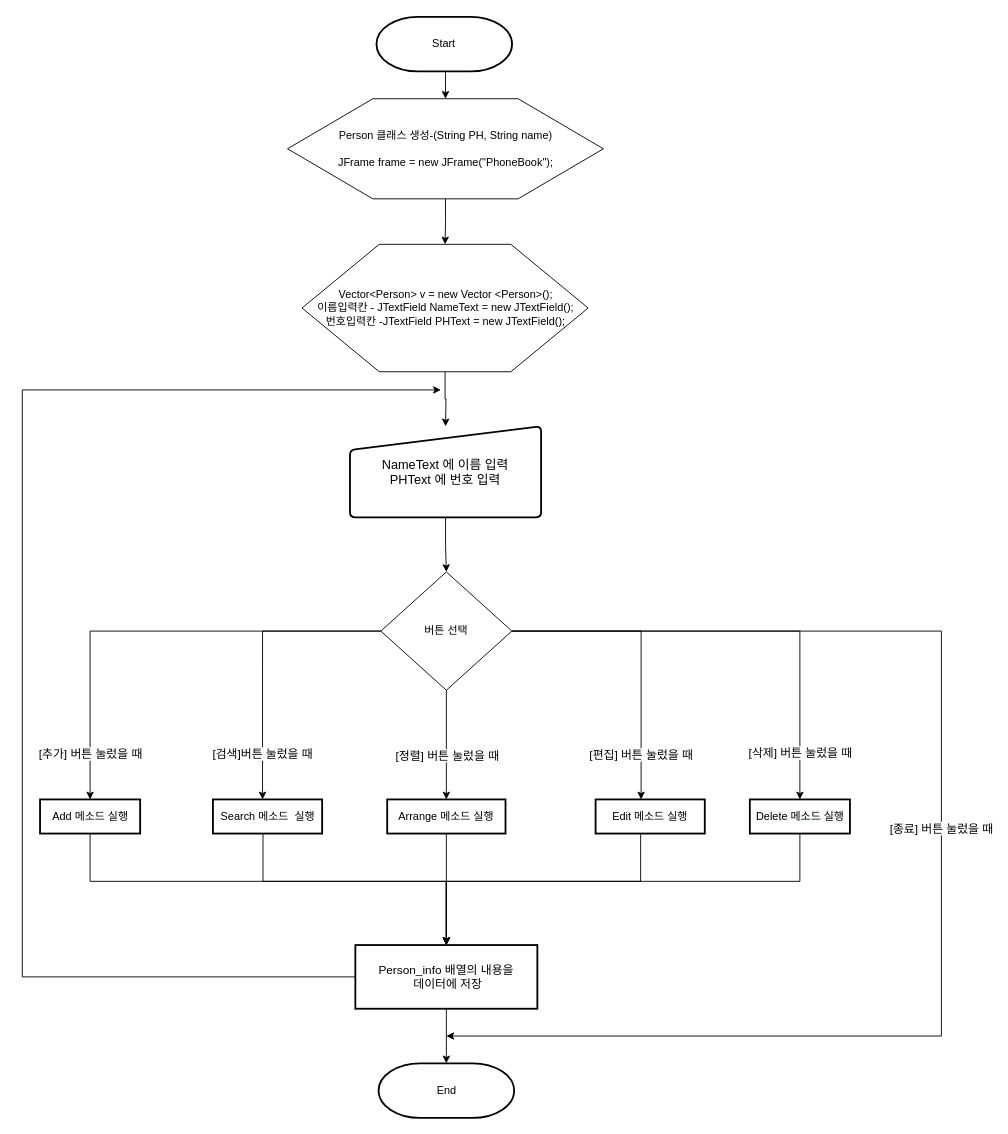
This is 순서도/전화번호관리부 main 함수 순서도_Java.drawio from skatld123/PH_list_java, a draw.io file, before an edit. Source tidied: cells renumbered, new cells numbered last; positions are measured from the earlier drawing's top-left corner, leaving out a move shared by most shapes. Both pictures are drawn from the tidied source at 91%, with x=0, y=0 at pixel (22, 16).
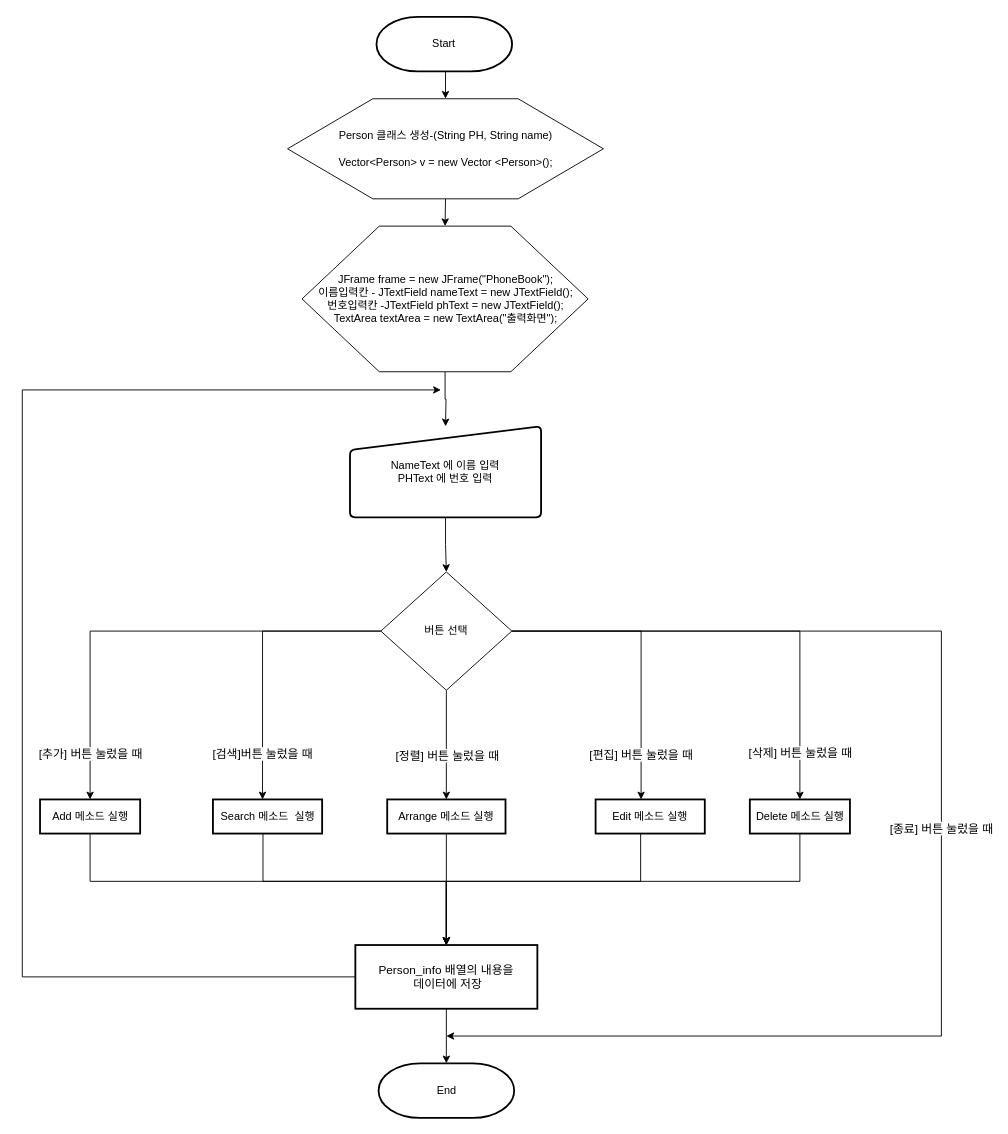
The same diagram, later.

Commit message:
전화번호관리부 main 함수 순서도_Java.drawio 업데이트

The edit, as a diff of the source:
```diff
@@
-    <mxCell id="6" value="Person 클래스 생성-(String PH, String name)&lt;br&gt;&lt;br&gt;JFrame frame = new JFrame(&quot;PhoneBook&quot;);" style="verticalLabelPosition=middle;verticalAlign=middle;html=1;shape=hexagon;perimeter=hexagonPerimeter2;arcSize=6;size=0.27;labelPosition=center;align=center;" parent="1" vertex="1">
+    <mxCell id="6" value="Person 클래스 생성-(String PH, String name)&lt;br&gt;&lt;br&gt;Vector&amp;lt;Person&amp;gt; v = new Vector &amp;lt;Person&amp;gt;();" style="verticalLabelPosition=middle;verticalAlign=middle;html=1;shape=hexagon;perimeter=hexagonPerimeter2;arcSize=6;size=0.27;labelPosition=center;align=center;" parent="1" vertex="1">
       <mxGeometry x="291.5" y="90" width="347.1" height="110" as="geometry" />
     </mxCell>
@@
-    <mxCell id="33" value="&lt;span style=&quot;font-size: 14px&quot;&gt;NameText 에 이름 입력&lt;br&gt;PHText 에 번호 입력&lt;br&gt;&lt;/span&gt;" style="html=1;strokeWidth=2;shape=manualInput;whiteSpace=wrap;rounded=1;size=26;arcSize=11;" parent="1" vertex="1">
+    <mxCell id="33" value="&lt;span style=&quot;font-size: 12px;&quot;&gt;NameText 에 이름 입력&lt;br style=&quot;font-size: 12px;&quot;&gt;PHText 에 번호 입력&lt;br style=&quot;font-size: 12px;&quot;&gt;&lt;/span&gt;" style="html=1;strokeWidth=2;shape=manualInput;whiteSpace=wrap;rounded=1;size=26;arcSize=11;fontSize=12;" parent="1" vertex="1">
       <mxGeometry x="360.1" y="450" width="210" height="100" as="geometry" />
     </mxCell>
-    <mxCell id="34" value="Vector&amp;lt;Person&amp;gt; v = new Vector &amp;lt;Person&amp;gt;();&lt;br&gt;이름입력칸 - JTextField NameText = new JTextField();&lt;br&gt;번호입력칸 -JTextField PHText = new JTextField();" style="verticalLabelPosition=middle;verticalAlign=middle;html=1;shape=hexagon;perimeter=hexagonPerimeter2;arcSize=6;size=0.27;labelPosition=center;align=center;" parent="1" vertex="1">
-      <mxGeometry x="307.4" y="250" width="314.4" height="140" as="geometry" />
+    <mxCell id="34" value="JFrame frame = new JFrame(&quot;PhoneBook&quot;);&lt;br&gt;이름입력칸 - JTextField nameText = new JTextField();&lt;br&gt;번호입력칸 -JTextField phText = new JTextField();&lt;br&gt;TextArea textArea = new TextArea(&quot;출력화면&quot;);" style="verticalLabelPosition=middle;verticalAlign=middle;html=1;shape=hexagon;perimeter=hexagonPerimeter2;arcSize=6;size=0.27;labelPosition=center;align=center;" parent="1" vertex="1">
+      <mxGeometry x="307.4" y="230" width="314.4" height="160" as="geometry" />
     </mxCell>
```
